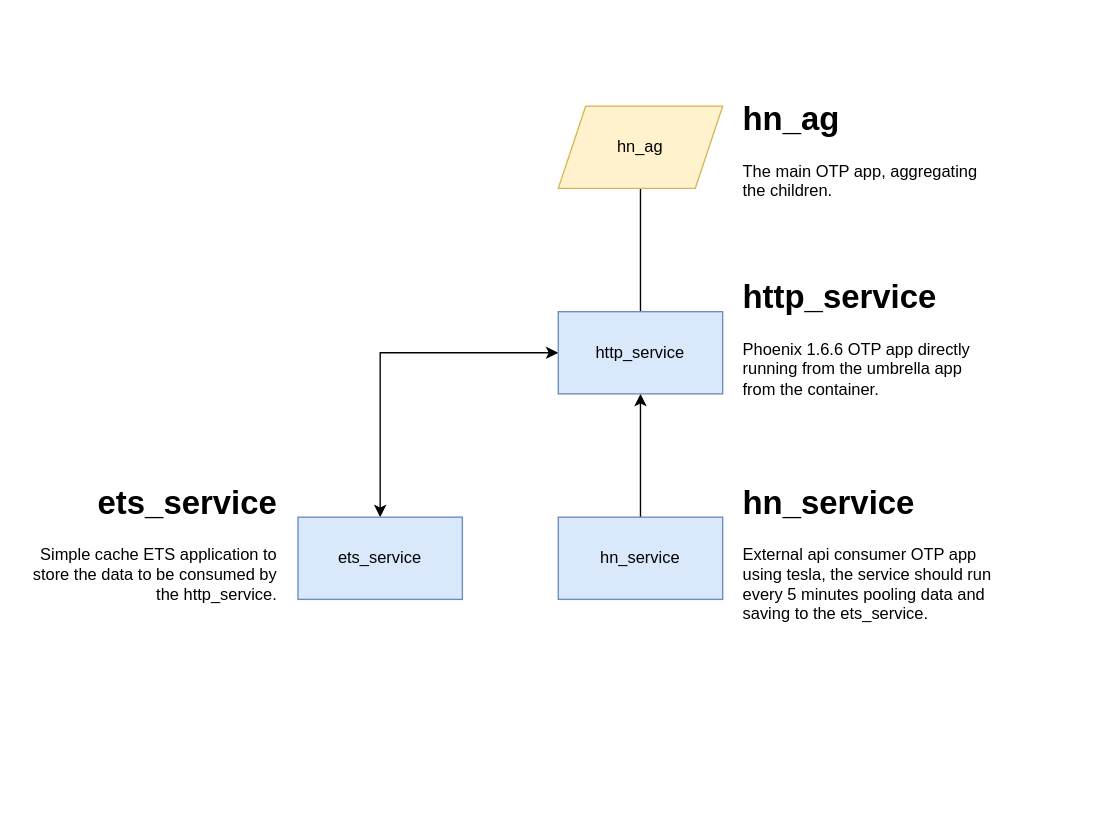
Earlier version of the draw.io diagram app_diagram.drawio (er-jpg/hn-ag). Source tidied: cells renumbered, new cells numbered last; positions are measured from the earlier drawing's top-left corner, leaving out a move shared by most shapes. Both pictures are drawn from the tidied source at 137%, with x=0, y=0 at pixel (23, 92).
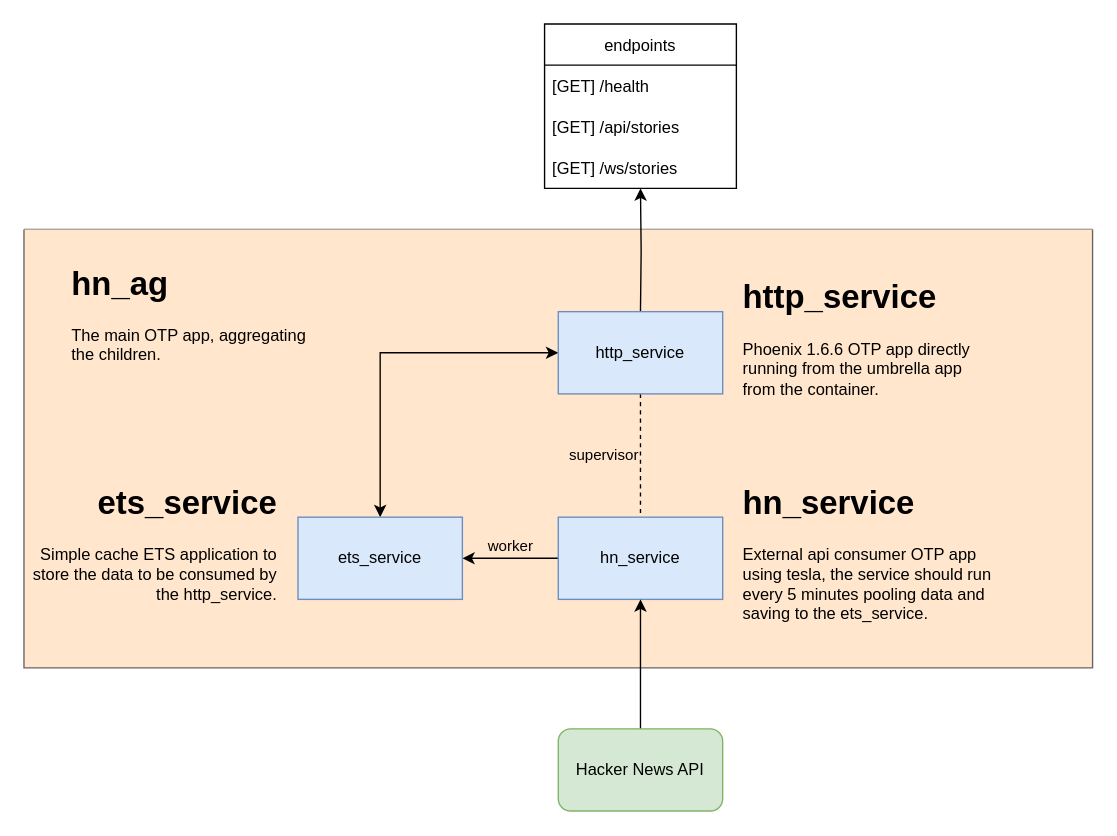
After the change.

Unchanged cells that the change refers to:
```xml
<mxCell id="7" value="http_service" style="whiteSpace=wrap;html=1;fillColor=#dae8fc;strokeColor=#6c8ebf;" parent="1" vertex="1">
  <mxGeometry x="390" y="160" width="120" height="60" as="geometry" />
</mxCell>
<mxCell id="9" value="ets_service" style="whiteSpace=wrap;html=1;fillColor=#dae8fc;strokeColor=#6c8ebf;" parent="1" vertex="1">
  <mxGeometry x="200" y="310" width="120" height="60" as="geometry" />
</mxCell>
<mxCell id="11" value="hn_service" style="whiteSpace=wrap;html=1;fillColor=#dae8fc;strokeColor=#6c8ebf;" parent="1" vertex="1">
  <mxGeometry x="390" y="310" width="120" height="60" as="geometry" />
</mxCell>
```

Diff of the diagram source:
```diff
@@
+    <mxCell id="13" style="swimlane;startSize=0;fillColor=default;strokeColor=#666666;fontColor=#333333;swimlaneFillColor=#FFE6CC;gradientColor=none;" parent="1" vertex="1">
+      <mxGeometry y="100" width="780" height="320" as="geometry" />
+    </mxCell>
+    <mxCell id="4" value="&lt;h1&gt;hn_ag&lt;/h1&gt;&lt;p&gt;The main OTP app, aggregating the children.&lt;/p&gt;" style="text;html=1;strokeColor=none;fillColor=none;spacing=5;spacingTop=-20;whiteSpace=wrap;overflow=hidden;rounded=0;" parent="13" vertex="1">
+      <mxGeometry x="30" y="20" width="190" height="80" as="geometry" />
+    </mxCell>
-    <mxCell id="2" style="edgeStyle=orthogonalEdgeStyle;rounded=0;jettySize=auto;html=1;endArrow=none;endFill=0;" parent="1" edge="1" source="3" target="7">
-      <mxGeometry relative="1" as="geometry" />
+    <mxCell id="2" style="edgeStyle=orthogonalEdgeStyle;rounded=0;jettySize=auto;html=1;endArrow=none;endFill=0;startArrow=classic;startFill=1;" parent="1" edge="1" target="7">
+      <mxGeometry relative="1" as="geometry">
+        <mxPoint x="450" y="70" as="sourcePoint" />
+      </mxGeometry>
     </mxCell>
-    <mxCell id="3" value="hn_ag" style="shape=parallelogram;perimeter=parallelogramPerimeter;whiteSpace=wrap;html=1;fixedSize=1;fillColor=#fff2cc;strokeColor=#d6b656;" parent="1" vertex="1">
-      <mxGeometry x="390" y="10" width="120" height="60" as="geometry" />
-    </mxCell>
-    <mxCell id="4" value="&lt;h1&gt;hn_ag&lt;/h1&gt;&lt;p&gt;The main OTP app, aggregating the children.&lt;/p&gt;" style="text;html=1;strokeColor=none;fillColor=none;spacing=5;spacingTop=-20;whiteSpace=wrap;overflow=hidden;rounded=0;" parent="1" vertex="1">
-      <mxGeometry x="520" width="190" height="80" as="geometry" />
-    </mxCell>
@@
-    <mxCell id="6" style="edgeStyle=orthogonalEdgeStyle;rounded=0;jettySize=auto;html=1;endArrow=none;endFill=0;startArrow=classic;startFill=1;" parent="1" edge="1" source="7" target="11">
+    <mxCell id="6" value="supervisor" style="edgeStyle=orthogonalEdgeStyle;rounded=0;jettySize=auto;html=1;entryX=0.5;entryY=0;entryDx=0;entryDy=0;startArrow=none;startFill=0;endArrow=none;endFill=0;dashed=1;labelBackgroundColor=none;align=right;" parent="1" edge="1" source="7" target="11">
       <mxGeometry relative="1" as="geometry" />
     </mxCell>
@@
+    <mxCell id="14" value="worker" style="edgeStyle=orthogonalEdgeStyle;rounded=0;jettySize=auto;html=1;entryX=0;entryY=0.5;entryDx=0;entryDy=0;startArrow=classic;startFill=1;endArrow=none;endFill=0;labelBackgroundColor=none;verticalAlign=bottom;" parent="1" edge="1" source="9" target="11">
+      <mxGeometry relative="1" as="geometry" />
+    </mxCell>
@@
+    <mxCell id="15" style="edgeStyle=orthogonalEdgeStyle;curved=1;rounded=0;jettySize=auto;html=1;entryX=0.5;entryY=1;entryDx=0;entryDy=0;startArrow=none;startFill=0;endArrow=classic;endFill=1;" parent="1" edge="1" source="16" target="11">
+      <mxGeometry relative="1" as="geometry" />
+    </mxCell>
+    <mxCell id="16" value="Hacker News API" style="rounded=1;whiteSpace=wrap;html=1;fillColor=#d5e8d4;strokeColor=#82b366;" parent="1" vertex="1">
+      <mxGeometry x="390" y="464.5" width="120" height="60" as="geometry" />
+    </mxCell>
+    <mxCell id="17" value="endpoints" style="swimlane;fontStyle=0;horizontal=1;startSize=30;fillColor=default;gradientColor=none;" parent="1" vertex="1">
+      <mxGeometry x="380" y="-50" width="140" height="120" as="geometry" />
+    </mxCell>
+    <mxCell id="18" value="[GET] /health" style="text;strokeColor=none;fillColor=none;align=left;verticalAlign=middle;spacingLeft=4;spacingRight=4;overflow=hidden;" parent="17" vertex="1">
+      <mxGeometry y="30" width="140" height="30" as="geometry" />
+    </mxCell>
+    <mxCell id="19" value="[GET] /api/stories" style="text;strokeColor=none;fillColor=none;align=left;verticalAlign=middle;spacingLeft=4;spacingRight=4;overflow=hidden;" parent="17" vertex="1">
+      <mxGeometry y="60" width="140" height="30" as="geometry" />
+    </mxCell>
+    <mxCell id="20" value="[GET] /ws/stories" style="text;strokeColor=none;fillColor=none;align=left;verticalAlign=middle;spacingLeft=4;spacingRight=4;overflow=hidden;" parent="17" vertex="1">
+      <mxGeometry y="90" width="140" height="30" as="geometry" />
+    </mxCell>
```
